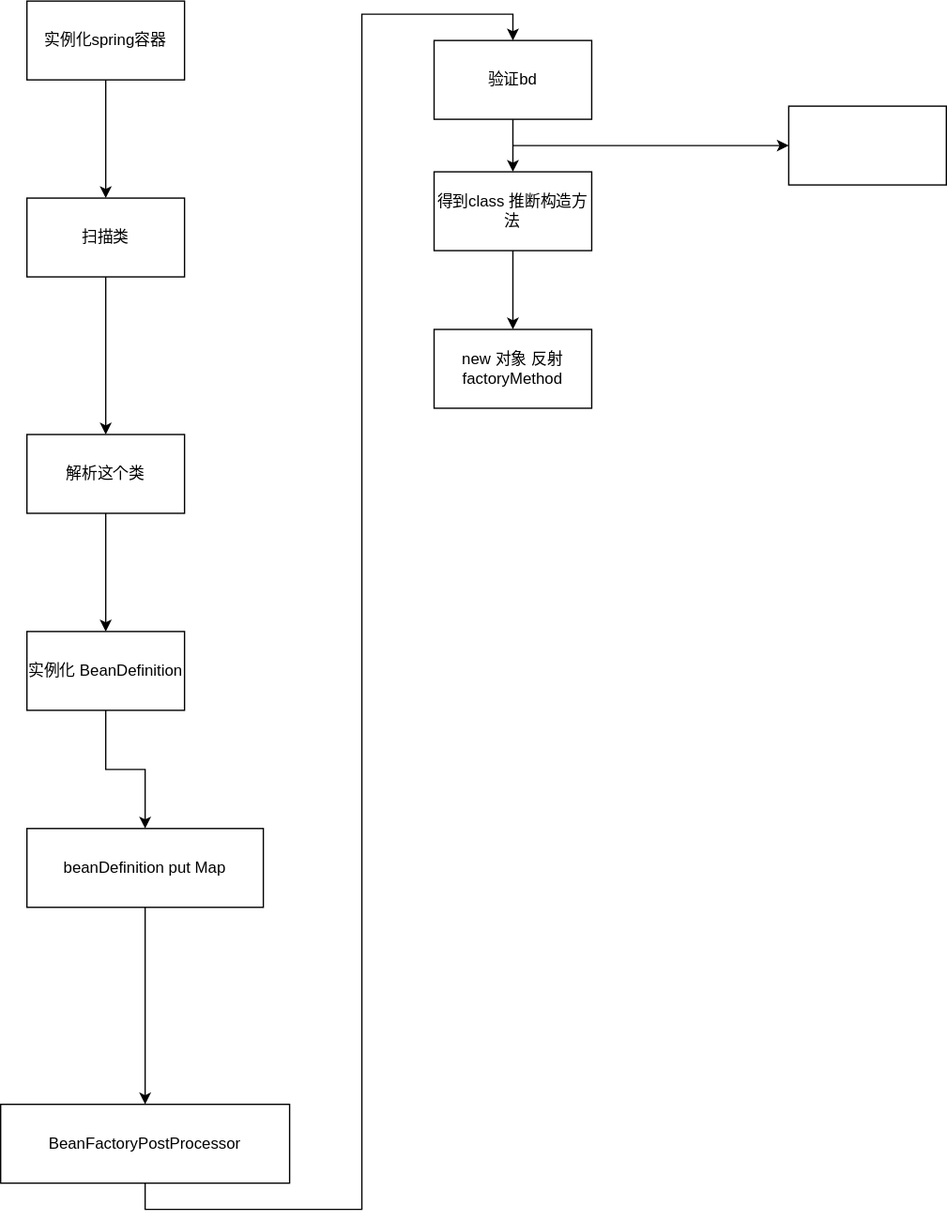
Earlier version of the draw.io export springbean生命周期.drawio.svg (minuoc/simpleIoc). Source tidied: cells renumbered, new cells last; positions are measured from the earlier drawing's top-left corner, leaving out a move shared by most shapes. Source of this version:
```xml
<mxGraphModel>
  <root>
    <mxCell id="0" />
    <mxCell id="1" parent="0" />
    <mxCell id="2" style="edgeStyle=orthogonalEdgeStyle;rounded=0;jettySize=auto;html=1;exitX=0.5;exitY=1;exitDx=0;exitDy=0;" parent="1" edge="1" source="3" target="5">
      <mxGeometry relative="1" as="geometry" />
    </mxCell>
    <mxCell id="3" value="实例化spring容器" style="rounded=0;whiteSpace=wrap;html=1;" parent="1" vertex="1">
      <mxGeometry x="20" width="120" height="60" as="geometry" />
    </mxCell>
    <mxCell id="4" style="edgeStyle=orthogonalEdgeStyle;rounded=0;jettySize=auto;html=1;exitX=0.5;exitY=1;exitDx=0;exitDy=0;entryX=0.5;entryY=0;entryDx=0;entryDy=0;" parent="1" edge="1" source="5" target="7">
      <mxGeometry relative="1" as="geometry" />
    </mxCell>
    <mxCell id="5" value="扫描类" style="rounded=0;whiteSpace=wrap;html=1;" parent="1" vertex="1">
      <mxGeometry x="20" y="150" width="120" height="60" as="geometry" />
    </mxCell>
    <mxCell id="6" style="edgeStyle=orthogonalEdgeStyle;rounded=0;jettySize=auto;html=1;exitX=0.5;exitY=1;exitDx=0;exitDy=0;entryX=0.5;entryY=0;entryDx=0;entryDy=0;" parent="1" edge="1" source="7" target="9">
      <mxGeometry relative="1" as="geometry" />
    </mxCell>
    <mxCell id="7" value="解析这个类" style="rounded=0;whiteSpace=wrap;html=1;" parent="1" vertex="1">
      <mxGeometry x="20" y="330" width="120" height="60" as="geometry" />
    </mxCell>
    <mxCell id="8" style="edgeStyle=orthogonalEdgeStyle;rounded=0;jettySize=auto;html=1;exitX=0.5;exitY=1;exitDx=0;exitDy=0;" parent="1" edge="1" source="9" target="11">
      <mxGeometry relative="1" as="geometry" />
    </mxCell>
    <mxCell id="9" value="实例化 BeanDefinition" style="rounded=0;whiteSpace=wrap;html=1;" parent="1" vertex="1">
      <mxGeometry x="20" y="480" width="120" height="60" as="geometry" />
    </mxCell>
    <mxCell id="10" style="edgeStyle=orthogonalEdgeStyle;rounded=0;jettySize=auto;html=1;exitX=0.5;exitY=1;exitDx=0;exitDy=0;" parent="1" edge="1" source="11" target="13">
      <mxGeometry relative="1" as="geometry" />
    </mxCell>
    <mxCell id="11" value="beanDefinition put Map" style="rounded=0;whiteSpace=wrap;html=1;" parent="1" vertex="1">
      <mxGeometry x="20" y="630" width="180" height="60" as="geometry" />
    </mxCell>
    <mxCell id="12" style="edgeStyle=orthogonalEdgeStyle;rounded=0;jettySize=auto;html=1;exitX=0.5;exitY=1;exitDx=0;exitDy=0;entryX=0.5;entryY=0;entryDx=0;entryDy=0;" parent="1" edge="1" source="13" target="16">
      <mxGeometry relative="1" as="geometry" />
    </mxCell>
    <mxCell id="13" value="BeanFactoryPostProcessor" style="rounded=0;whiteSpace=wrap;html=1;" parent="1" vertex="1">
      <mxGeometry y="840" width="220" height="60" as="geometry" />
    </mxCell>
    <mxCell id="14" style="edgeStyle=orthogonalEdgeStyle;rounded=0;jettySize=auto;html=1;exitX=0.5;exitY=1;exitDx=0;exitDy=0;entryX=0.5;entryY=0;entryDx=0;entryDy=0;" parent="1" edge="1" source="16" target="18">
      <mxGeometry relative="1" as="geometry" />
    </mxCell>
    <mxCell id="15" style="edgeStyle=orthogonalEdgeStyle;rounded=0;orthogonalLoop=1;jettySize=auto;html=1;" parent="1" edge="1">
      <mxGeometry relative="1" as="geometry">
        <mxPoint x="390" y="110" as="sourcePoint" />
        <mxPoint x="600" y="110" as="targetPoint" />
      </mxGeometry>
    </mxCell>
    <mxCell id="16" value="验证bd" style="rounded=0;whiteSpace=wrap;html=1;" parent="1" vertex="1">
      <mxGeometry x="330" y="30" width="120" height="60" as="geometry" />
    </mxCell>
    <mxCell id="17" style="edgeStyle=orthogonalEdgeStyle;rounded=0;jettySize=auto;html=1;exitX=0.5;exitY=1;exitDx=0;exitDy=0;entryX=0.5;entryY=0;entryDx=0;entryDy=0;" parent="1" edge="1" source="18" target="19">
      <mxGeometry relative="1" as="geometry" />
    </mxCell>
    <mxCell id="18" value="得到class 推断构造方法" style="rounded=0;whiteSpace=wrap;html=1;" parent="1" vertex="1">
      <mxGeometry x="330" y="130" width="120" height="60" as="geometry" />
    </mxCell>
    <mxCell id="19" value="new 对象 反射factoryMethod" style="rounded=0;whiteSpace=wrap;html=1;" parent="1" vertex="1">
      <mxGeometry x="330" y="250" width="120" height="60" as="geometry" />
    </mxCell>
    <mxCell id="20" style="rounded=0;whiteSpace=wrap;html=1;" parent="1" vertex="1">
      <mxGeometry x="600" y="80" width="120" height="60" as="geometry" />
    </mxCell>
  </root>
</mxGraphModel>
```
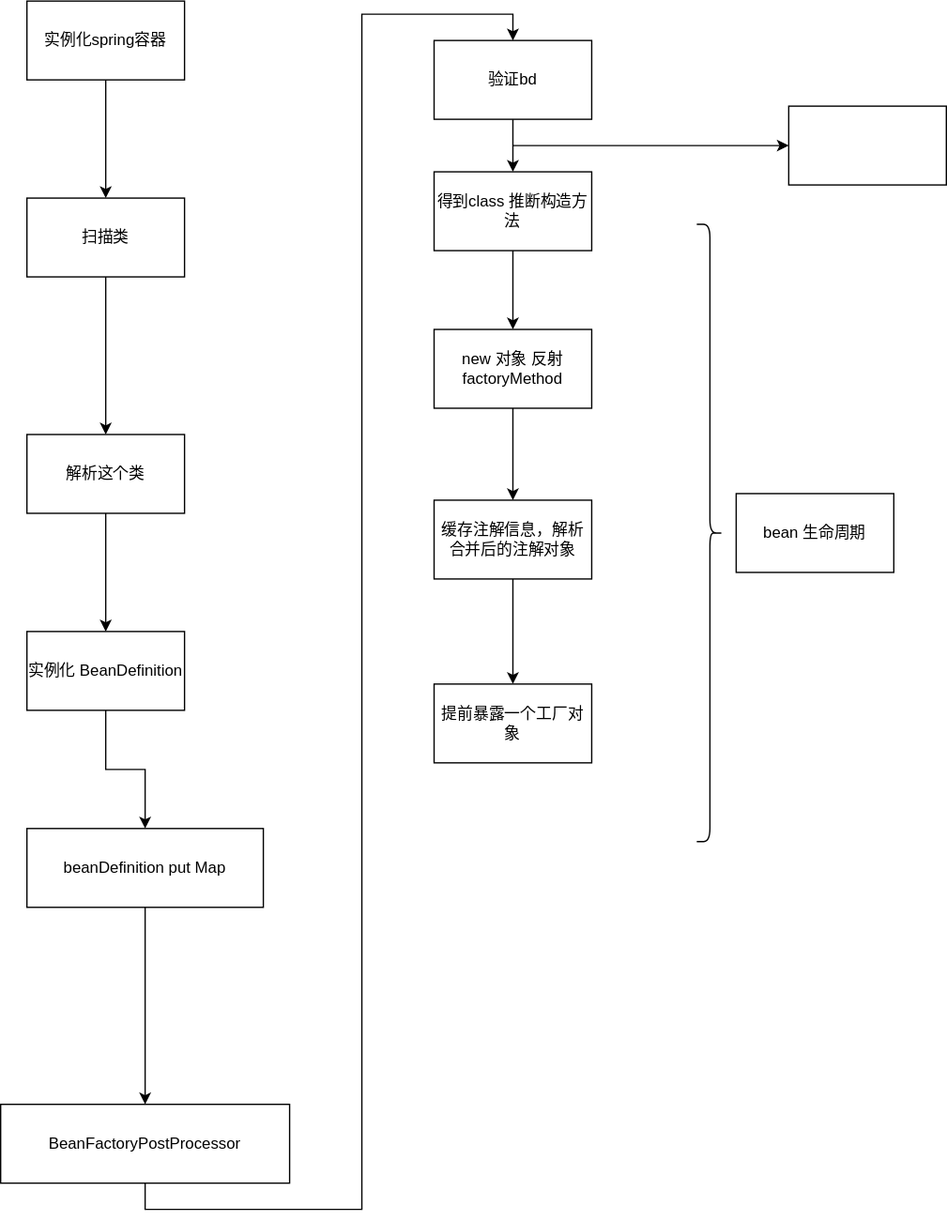
Above is the later version.

Change to the diagram source:
```diff
@@ -56,11 +56,29 @@
     <mxCell id="18" value="得到class 推断构造方法" style="rounded=0;whiteSpace=wrap;html=1;" parent="1" vertex="1">
       <mxGeometry x="330" y="130" width="120" height="60" as="geometry" />
     </mxCell>
+    <mxCell id="21" style="edgeStyle=orthogonalEdgeStyle;rounded=0;jettySize=auto;html=1;exitX=0.5;exitY=1;exitDx=0;exitDy=0;" parent="1" edge="1" source="19" target="23">
+      <mxGeometry relative="1" as="geometry" />
+    </mxCell>
     <mxCell id="19" value="new 对象 反射factoryMethod" style="rounded=0;whiteSpace=wrap;html=1;" parent="1" vertex="1">
       <mxGeometry x="330" y="250" width="120" height="60" as="geometry" />
     </mxCell>
     <mxCell id="20" style="rounded=0;whiteSpace=wrap;html=1;" parent="1" vertex="1">
       <mxGeometry x="600" y="80" width="120" height="60" as="geometry" />
     </mxCell>
+    <mxCell id="22" style="edgeStyle=orthogonalEdgeStyle;rounded=0;jettySize=auto;html=1;exitX=0.5;exitY=1;exitDx=0;exitDy=0;" parent="1" edge="1" source="23" target="24">
+      <mxGeometry relative="1" as="geometry" />
+    </mxCell>
+    <mxCell id="23" value="缓存注解信息，解析合并后的注解对象" style="rounded=0;whiteSpace=wrap;html=1;" parent="1" vertex="1">
+      <mxGeometry x="330" y="380" width="120" height="60" as="geometry" />
+    </mxCell>
+    <mxCell id="24" value="提前暴露一个工厂对象" style="rounded=0;whiteSpace=wrap;html=1;" parent="1" vertex="1">
+      <mxGeometry x="330" y="520" width="120" height="60" as="geometry" />
+    </mxCell>
+    <mxCell id="25" style="shape=curlyBracket;whiteSpace=wrap;html=1;rounded=1;flipH=1;size=0.5;" parent="1" vertex="1">
+      <mxGeometry x="530" y="170" width="20" height="470" as="geometry" />
+    </mxCell>
+    <mxCell id="26" value="bean 生命周期" style="whiteSpace=wrap;html=1;" parent="1" vertex="1">
+      <mxGeometry x="560" y="375" width="120" height="60" as="geometry" />
+    </mxCell>
   </root>
 </mxGraphModel>
```
